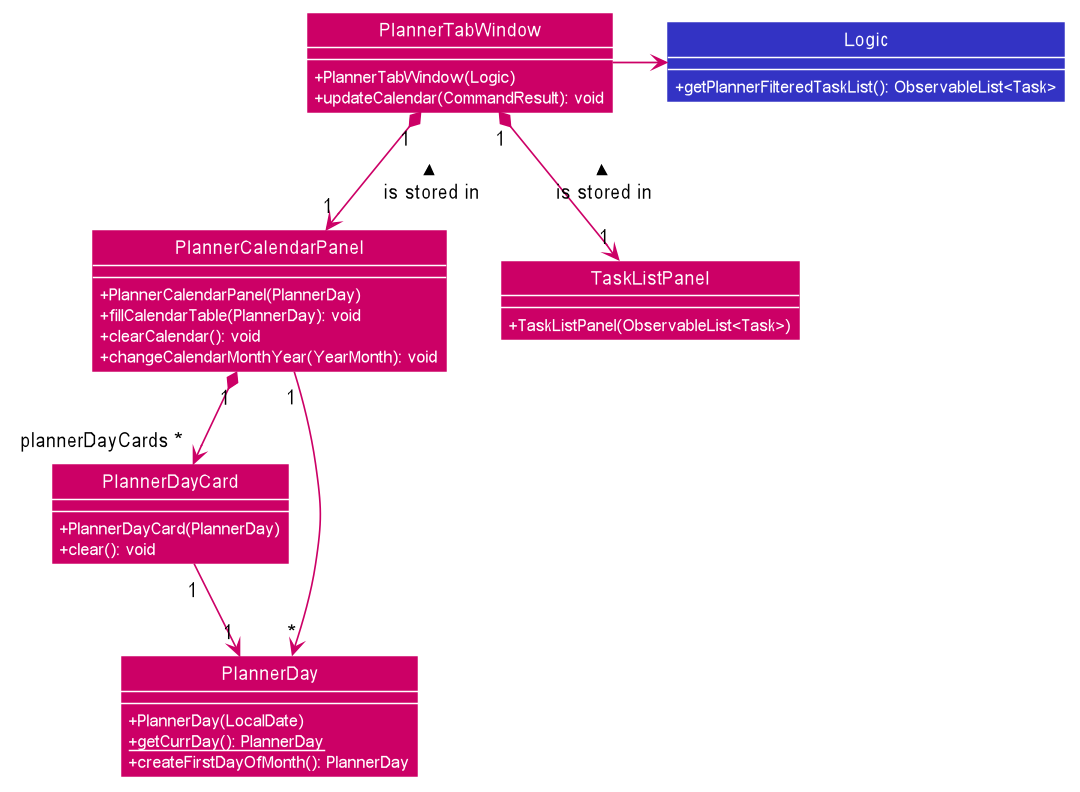
yingqi0607/tp keeps this PlantUML diagram as docs/images/PlannerClassDiagram.png. Above is the earlier version.
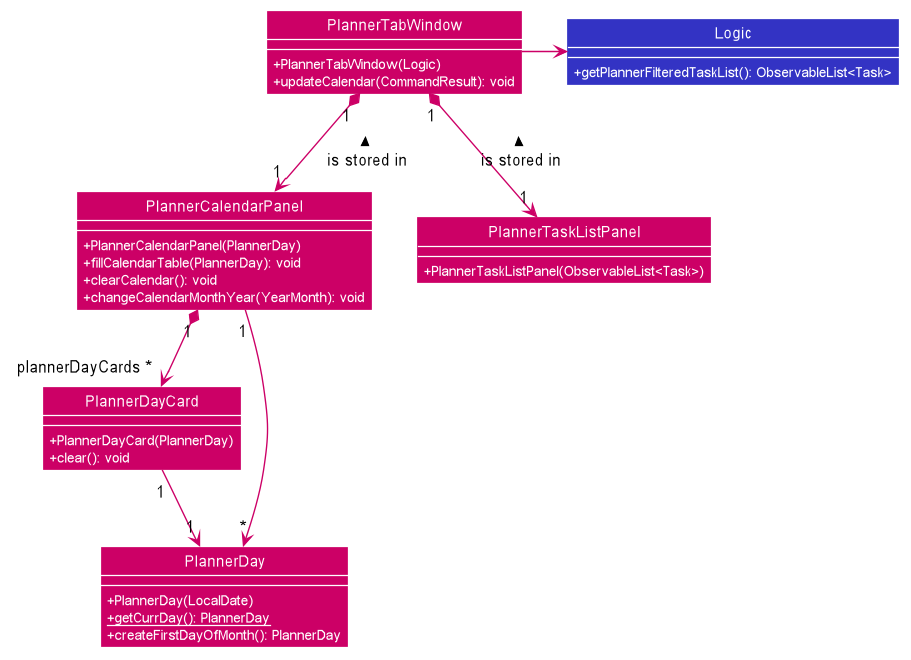
The same file after the commit.

Commit message:
Update DG for Planner tab

Diff of the diagram source:
```diff
@@ -80,13 +80,13 @@
     +createFirstDayOfMonth(): PlannerDay
 }
 
-class TaskListPanel {
-    +TaskListPanel(ObservableList<Task>)
+class PlannerTaskListPanel {
+    +PlannerTaskListPanel(ObservableList<Task>)
 }
 
 PlannerTabWindow -right-> Logic
 PlannerTabWindow "1" *-down-> "1" PlannerCalendarPanel : < is stored in
-PlannerTabWindow "1" *-down-> "1" TaskListPanel : < is stored in
+PlannerTabWindow "1" *-down-> "1" PlannerTaskListPanel : < is stored in
 PlannerCalendarPanel "1" *-down-> "plannerDayCards *" PlannerDayCard
 PlannerCalendarPanel "1" --> "*" PlannerDay
 PlannerDayCard "1" --> "1" PlannerDay
```
